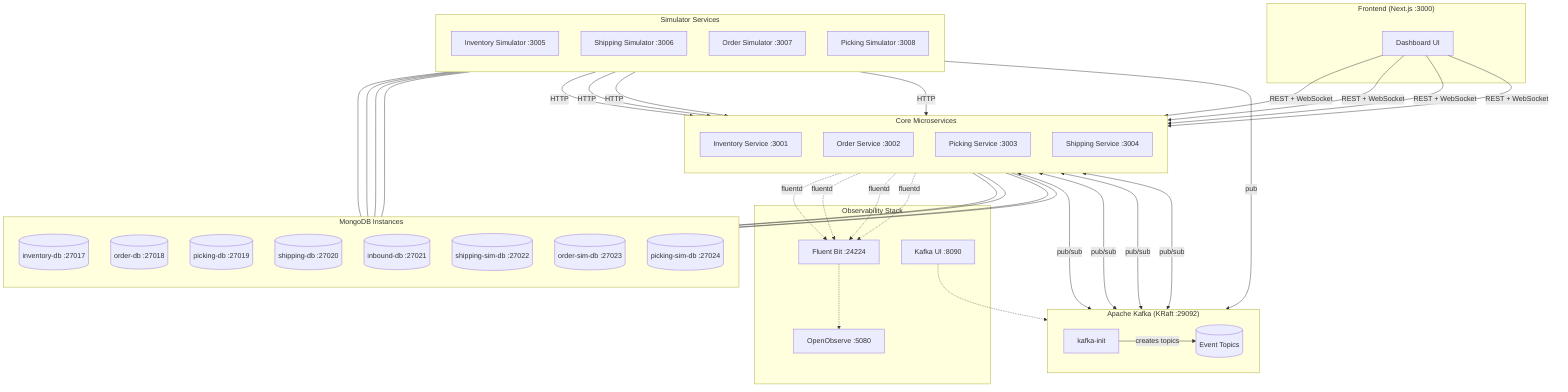
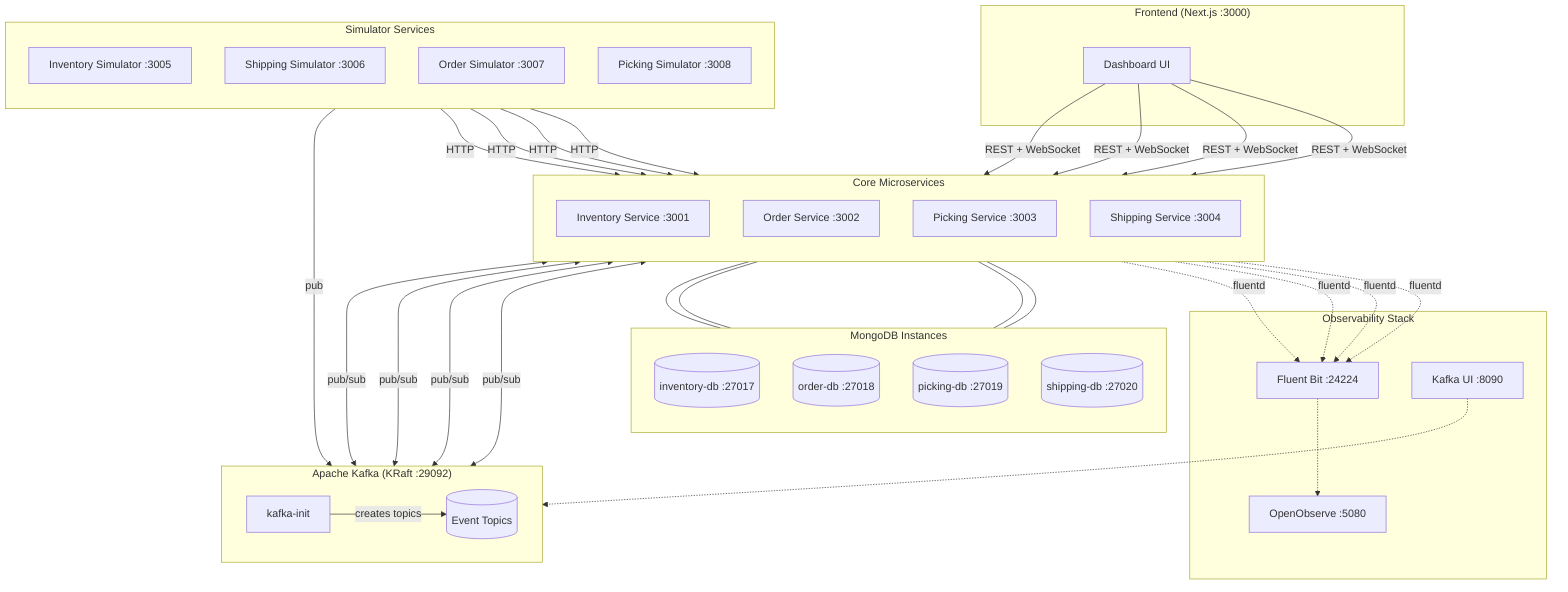
graph TB
    %% Frontend
    subgraph Frontend["Frontend (Next.js :3000)"]
        UI[Dashboard UI]
    end

    %% Message Broker
    subgraph Kafka["Apache Kafka (KRaft :29092)"]
        direction LR
        KI[kafka-init]
        Topics[(Event Topics)]
    end

    %% Core Microservices
    subgraph Core["Core Microservices"]
        direction TB
        INV[Inventory Service :3001]
        ORD[Order Service :3002]
        PICK[Picking Service :3003]
        SHIP[Shipping Service :3004]
    end

    %% Simulators
    subgraph Simulators["Simulator Services"]
        direction TB
        INVSIM[Inventory Simulator :3005]
        SHIPSIM[Shipping Simulator :3006]
        ORDSIM[Order Simulator :3007]
        PICKSIM[Picking Simulator :3008]
    end

    %% Databases
    subgraph Databases["MongoDB Instances"]
        direction TB
        INVDB[(inventory-db :27017)]
        ORDDB[(order-db :27018)]
        PICKDB[(picking-db :27019)]
        SHIPDB[(shipping-db :27020)]
-         INBDB[(inbound-db :27021)]
-         SHIPSIMDB[(shipping-sim-db :27022)]
-         ORDSIMDB[(order-sim-db :27023)]
-         PICKSIMDB[(picking-sim-db :27024)]
    end

    %% Observability
    subgraph Observability["Observability Stack"]
        FB[Fluent Bit :24224]
        OO[OpenObserve :5080]
        KUI[Kafka UI :8090]
    end

    %% Frontend connections
    UI -->|REST + WebSocket| INV
    UI -->|REST + WebSocket| ORD
    UI -->|REST + WebSocket| PICK
    UI -->|REST + WebSocket| SHIP

    %% Core to Kafka
    INV <-->|pub/sub| Topics
    ORD <-->|pub/sub| Topics
    PICK <-->|pub/sub| Topics
    SHIP <-->|pub/sub| Topics

    %% Simulators to Kafka
    INVSIM -->|pub| Topics
    SHIPSIM -->|HTTP| SHIP
    ORDSIM -->|HTTP| ORD
    ORDSIM -->|HTTP| INV
    PICKSIM -->|HTTP| PICK

    %% DB connections
    INV --- INVDB
    ORD --- ORDDB
    PICK --- PICKDB
    SHIP --- SHIPDB
-     INVSIM --- INBDB
-     SHIPSIM --- SHIPSIMDB
-     ORDSIM --- ORDSIMDB
-     PICKSIM --- PICKSIMDB

    %% Observability
    INV -.->|fluentd| FB
    ORD -.->|fluentd| FB
    PICK -.->|fluentd| FB
    SHIP -.->|fluentd| FB
    FB -.-> OO
    KUI -.-> Topics

    %% Kafka init
    KI -->|creates topics| Topics
